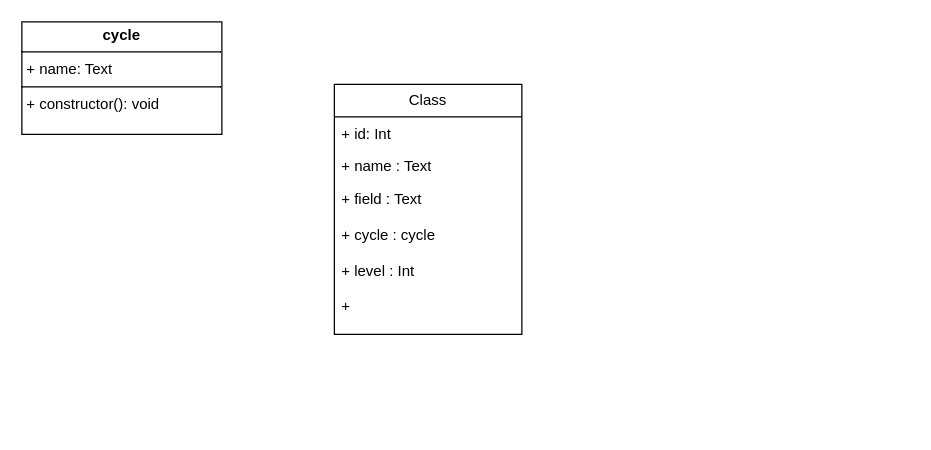
Before: page "Page-2" (2 of 2) of schoolapp-use-case-spring-1.drawio in sidofdountio/schoolappui, a draw.io diagram. Source tidied: cells renumbered, new cells numbered last; positions are measured from the earlier drawing's top-left corner, leaving out a move shared by most shapes. Both pictures are drawn from the tidied source at 125%, with x=0, y=0 at pixel (21, 21).
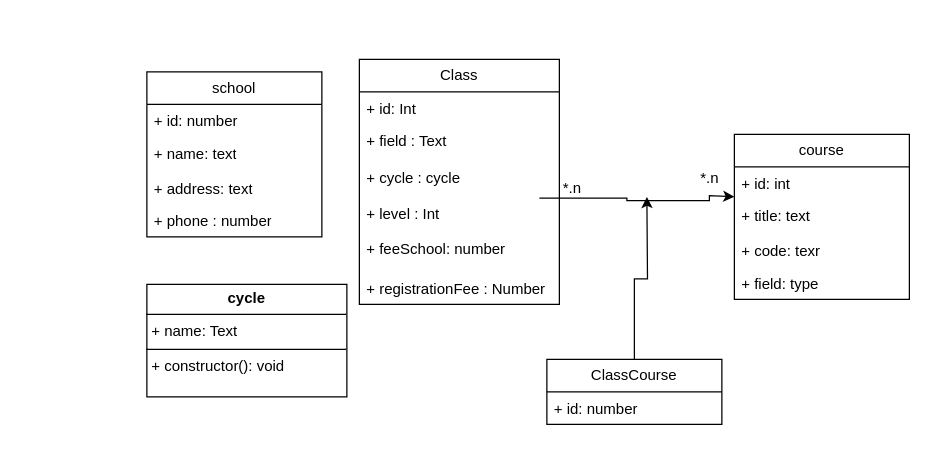
The same page after the edit.

Change to the diagram source:
```diff
@@
     <mxCell id="2" value="Class" style="swimlane;fontStyle=0;horizontal=1;startSize=26;fillColor=none;whiteSpace=wrap;html=1;" parent="1" vertex="1">
-      <mxGeometry x="250" y="50" width="150" height="200" as="geometry" />
+      <mxGeometry x="270" y="30" width="160" height="196" as="geometry" />
     </mxCell>
     <mxCell id="3" value="+ id: Int" style="text;strokeColor=none;fillColor=none;align=left;verticalAlign=top;spacingLeft=4;spacingRight=4;overflow=hidden;whiteSpace=wrap;html=1;" parent="2" vertex="1">
-      <mxGeometry y="26" width="150" height="26" as="geometry" />
+      <mxGeometry y="26" width="160" height="26" as="geometry" />
     </mxCell>
+    <mxCell id="5" value="&lt;div&gt;+ field : Text&lt;/div&gt;&lt;div&gt;&lt;br&gt;&lt;/div&gt;&lt;div&gt;+ cycle : cycle&lt;br&gt;&lt;/div&gt;&lt;div&gt;&lt;br&gt;&lt;/div&gt;&lt;div&gt;+ level : Int&lt;/div&gt;&lt;div&gt;&lt;br&gt;&lt;/div&gt;&lt;div&gt;+ feeSchool: number&lt;br&gt;&lt;/div&gt;" style="text;strokeColor=none;fillColor=none;align=left;verticalAlign=top;spacingLeft=4;spacingRight=4;overflow=hidden;whiteSpace=wrap;html=1;" parent="2" vertex="1">
+      <mxGeometry y="52" width="160" height="118" as="geometry" />
+    </mxCell>
-    <mxCell id="4" value="+ name : Text" style="text;strokeColor=none;fillColor=none;align=left;verticalAlign=top;spacingLeft=4;spacingRight=4;overflow=hidden;whiteSpace=wrap;html=1;" parent="2" vertex="1">
-      <mxGeometry y="52" width="150" height="26" as="geometry" />
+    <mxCell id="4" value="+ registrationFee : Number" style="text;strokeColor=none;fillColor=none;align=left;verticalAlign=top;spacingLeft=4;spacingRight=4;overflow=hidden;whiteSpace=wrap;html=1;" parent="2" vertex="1">
+      <mxGeometry y="170" width="160" height="26" as="geometry" />
     </mxCell>
-    <mxCell id="5" value="&lt;div&gt;+ field : Text&lt;/div&gt;&lt;div&gt;&lt;br&gt;&lt;/div&gt;&lt;div&gt;+ cycle : cycle&lt;br&gt;&lt;/div&gt;&lt;div&gt;&lt;br&gt;&lt;/div&gt;&lt;div&gt;+ level : Int&lt;/div&gt;&lt;div&gt;&lt;br&gt;&lt;/div&gt;&lt;div&gt;+ &lt;br&gt;&lt;/div&gt;" style="text;strokeColor=none;fillColor=none;align=left;verticalAlign=top;spacingLeft=4;spacingRight=4;overflow=hidden;whiteSpace=wrap;html=1;" parent="2" vertex="1">
-      <mxGeometry y="78" width="150" height="122" as="geometry" />
-    </mxCell>
     <mxCell id="6" value="&lt;p style=&quot;margin:0px;margin-top:4px;text-align:center;&quot;&gt;&lt;b&gt;cycle&lt;/b&gt;&lt;/p&gt;&lt;hr size=&quot;1&quot; style=&quot;border-style:solid;&quot;&gt;&lt;p style=&quot;margin:0px;margin-left:4px;&quot;&gt;+ name: Text&lt;br&gt;&lt;/p&gt;&lt;hr size=&quot;1&quot; style=&quot;border-style:solid;&quot;&gt;&lt;p style=&quot;margin:0px;margin-left:4px;&quot;&gt;+ constructor(): void&lt;br&gt;&lt;/p&gt;" style="verticalAlign=top;align=left;overflow=fill;html=1;whiteSpace=wrap;" parent="1" vertex="1">
-      <mxGeometry width="160" height="90" as="geometry" />
+      <mxGeometry x="100" y="210" width="160" height="90" as="geometry" />
     </mxCell>
+    <mxCell id="7" value="course" style="swimlane;fontStyle=0;horizontal=1;startSize=26;fillColor=none;whiteSpace=wrap;html=1;" parent="1" vertex="1">
+      <mxGeometry x="570" y="90" width="140" height="132" as="geometry" />
+    </mxCell>
+    <mxCell id="8" value="+ id: int" style="text;strokeColor=none;fillColor=none;align=left;verticalAlign=top;spacingLeft=4;spacingRight=4;overflow=hidden;points=[[0,0.5],[1,0.5]];portConstraint=eastwest;whiteSpace=wrap;html=1;" parent="7" vertex="1">
+      <mxGeometry y="26" width="140" height="26" as="geometry" />
+    </mxCell>
+    <mxCell id="9" value="+ title: text" style="text;strokeColor=none;fillColor=none;align=left;verticalAlign=top;spacingLeft=4;spacingRight=4;overflow=hidden;whiteSpace=wrap;html=1;" parent="7" vertex="1">
+      <mxGeometry y="52" width="140" height="28" as="geometry" />
+    </mxCell>
+    <mxCell id="10" value="+ code: texr" style="text;strokeColor=none;fillColor=none;align=left;verticalAlign=top;spacingLeft=4;spacingRight=4;overflow=hidden;whiteSpace=wrap;html=1;" parent="7" vertex="1">
+      <mxGeometry y="80" width="140" height="26" as="geometry" />
+    </mxCell>
+    <mxCell id="11" value="+ field: type" style="text;strokeColor=none;fillColor=none;align=left;verticalAlign=top;spacingLeft=4;spacingRight=4;overflow=hidden;whiteSpace=wrap;html=1;" parent="7" vertex="1">
+      <mxGeometry y="106" width="140" height="26" as="geometry" />
+    </mxCell>
+    <mxCell id="12" value="school" style="swimlane;fontStyle=0;horizontal=1;startSize=26;fillColor=none;whiteSpace=wrap;html=1;" parent="1" vertex="1">
+      <mxGeometry x="100" y="40" width="140" height="132" as="geometry" />
+    </mxCell>
+    <mxCell id="13" value="+ id: number" style="text;strokeColor=none;fillColor=none;align=left;verticalAlign=top;spacingLeft=4;spacingRight=4;overflow=hidden;whiteSpace=wrap;html=1;" parent="12" vertex="1">
+      <mxGeometry y="26" width="140" height="26" as="geometry" />
+    </mxCell>
+    <mxCell id="14" value="+ name: text" style="text;strokeColor=none;fillColor=none;align=left;verticalAlign=top;spacingLeft=4;spacingRight=4;overflow=hidden;whiteSpace=wrap;html=1;" parent="12" vertex="1">
+      <mxGeometry y="52" width="140" height="28" as="geometry" />
+    </mxCell>
+    <mxCell id="15" value="+ address: text" style="text;strokeColor=none;fillColor=none;align=left;verticalAlign=top;spacingLeft=4;spacingRight=4;overflow=hidden;whiteSpace=wrap;html=1;" parent="12" vertex="1">
+      <mxGeometry y="80" width="140" height="26" as="geometry" />
+    </mxCell>
+    <mxCell id="16" value="+ phone : number" style="text;strokeColor=none;fillColor=none;align=left;verticalAlign=top;spacingLeft=4;spacingRight=4;overflow=hidden;whiteSpace=wrap;html=1;" parent="12" vertex="1">
+      <mxGeometry y="106" width="140" height="26" as="geometry" />
+    </mxCell>
+    <mxCell id="17" style="edgeStyle=orthogonalEdgeStyle;rounded=0;jettySize=auto;html=1;exitX=0.5;exitY=0;exitDx=0;exitDy=0;" parent="1" edge="1" source="18">
+      <mxGeometry relative="1" as="geometry">
+        <mxPoint x="500" y="140" as="targetPoint" />
+      </mxGeometry>
+    </mxCell>
+    <mxCell id="18" value="ClassCourse" style="swimlane;fontStyle=0;horizontal=1;startSize=26;fillColor=none;whiteSpace=wrap;html=1;" parent="1" vertex="1">
+      <mxGeometry x="420" y="270" width="140" height="52" as="geometry" />
+    </mxCell>
+    <mxCell id="19" value="+ id: number" style="text;strokeColor=none;fillColor=none;align=left;verticalAlign=top;spacingLeft=4;spacingRight=4;overflow=hidden;whiteSpace=wrap;html=1;" parent="18" vertex="1">
+      <mxGeometry y="26" width="140" height="26" as="geometry" />
+    </mxCell>
+    <mxCell id="20" style="edgeStyle=orthogonalEdgeStyle;rounded=0;jettySize=auto;html=1;exitX=1;exitY=0.5;exitDx=0;exitDy=0;entryX=0;entryY=0.923;entryDx=0;entryDy=0;entryPerimeter=0;" parent="1" edge="1" target="8">
+      <mxGeometry relative="1" as="geometry">
+        <mxPoint x="414" y="141" as="sourcePoint" />
+        <Array as="points">
+          <mxPoint x="484" y="141" />
+          <mxPoint x="484" y="143" />
+          <mxPoint x="550" y="143" />
+          <mxPoint x="550" y="139" />
+        </Array>
+      </mxGeometry>
+    </mxCell>
+    <mxCell id="21" value="*.n" style="text;html=1;align=center;verticalAlign=middle;strokeColor=none;fillColor=none;" parent="1" vertex="1">
+      <mxGeometry x="420" y="118" width="40" height="30" as="geometry" />
+    </mxCell>
+    <mxCell id="22" value="*.n" style="text;html=1;align=center;verticalAlign=middle;strokeColor=none;fillColor=none;" parent="1" vertex="1">
+      <mxGeometry x="530" y="110" width="40" height="30" as="geometry" />
+    </mxCell>
```
